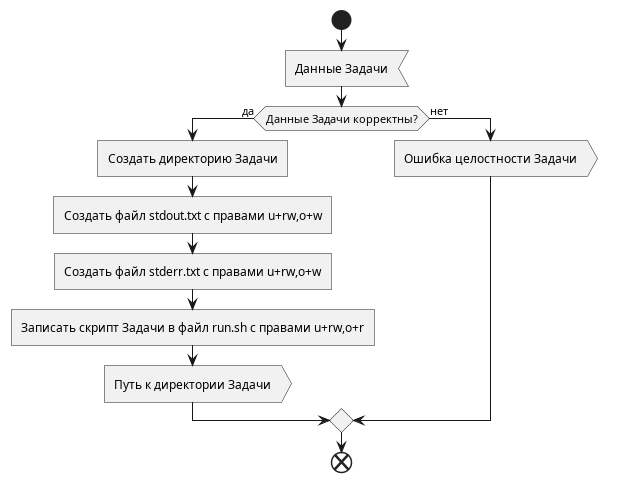
Earlier version of the PlantUML export docs/diagrams/img/activity/Job.Worker/Create environment.png (mrypdm/JobSystem).
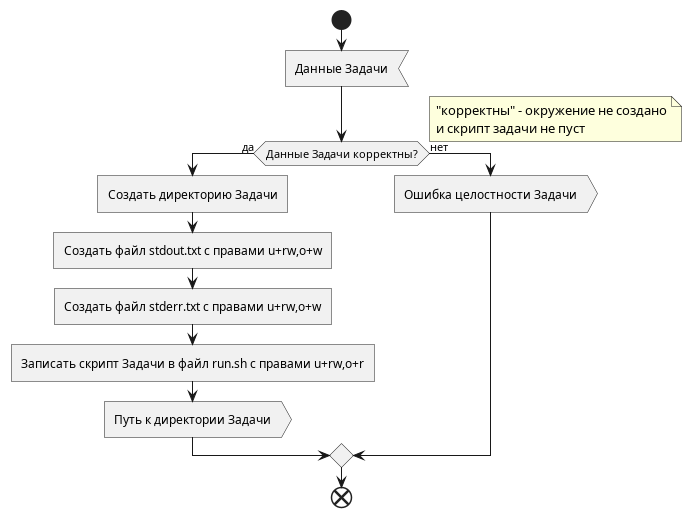
Above is the later version.

Diff of the diagram source:
```diff
@@ -5,6 +5,10 @@
 :Данные Задачи<
 
 if (Данные Задачи корректны?) then (да)
+    note right
+        "корректны" - окружение не создано
+        и скрипт задачи не пуст
+    end note
     :Создать директорию Задачи]
     :Создать файл stdout.txt c правами u+rw,o+w]
     :Создать файл stderr.txt c правами u+rw,o+w]
```
